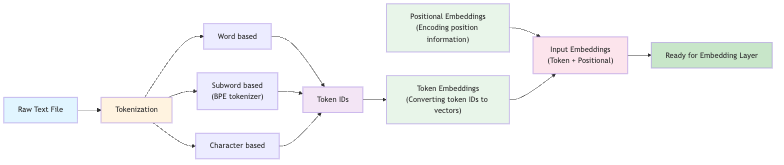
Before: book/figures/generated/tokenization_and_bpe_fig08.png, a diagram exported from Mermaid (tanishk147/LLM-Playlist-to-book). Its source is kept beside it as book/figures/generated/tokenization_and_bpe_fig08.mmd. Source of this version:
```mermaid
graph LR
    A["Raw Text File"] --> B["Tokenization"]
    B --> B1["Word based"]
    B --> B2["Subword based<br/>(BPE tokenizer)"]
    B --> B3["Character based"]
    B1 --> C["Token IDs"]
    B2 --> C
    B3 --> C
    C --> D["Token Embeddings<br/>(Converting token IDs to vectors)"]
    E["Positional Embeddings<br/>(Encoding position information)"] --> F
    D --> F["Input Embeddings<br/>(Token + Positional)"]
    F --> G["Ready for Embedding Layer"]

    style A fill:#e1f5ff
    style B fill:#fff3e0
    style C fill:#f3e5f5
    style D fill:#e8f5e9
    style E fill:#e8f5e9
    style F fill:#fce4ec
    style G fill:#c8e6c9
```
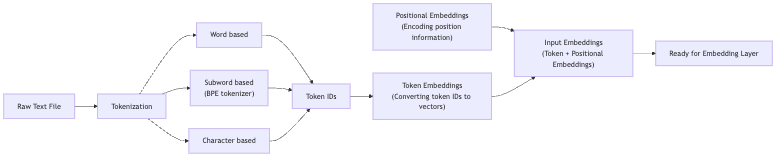
After the commit.

Change to the diagram source:
```diff
@@ -8,13 +8,5 @@
     B3 --> C
     C --> D["Token Embeddings<br/>(Converting token IDs to vectors)"]
     E["Positional Embeddings<br/>(Encoding position information)"] --> F
-    D --> F["Input Embeddings<br/>(Token + Positional)"]
+    D --> F["Input Embeddings<br/>(Token + Positional Embeddings)"]
     F --> G["Ready for Embedding Layer"]
-
-    style A fill:#e1f5ff
-    style B fill:#fff3e0
-    style C fill:#f3e5f5
-    style D fill:#e8f5e9
-    style E fill:#e8f5e9
-    style F fill:#fce4ec
-    style G fill:#c8e6c9
```
